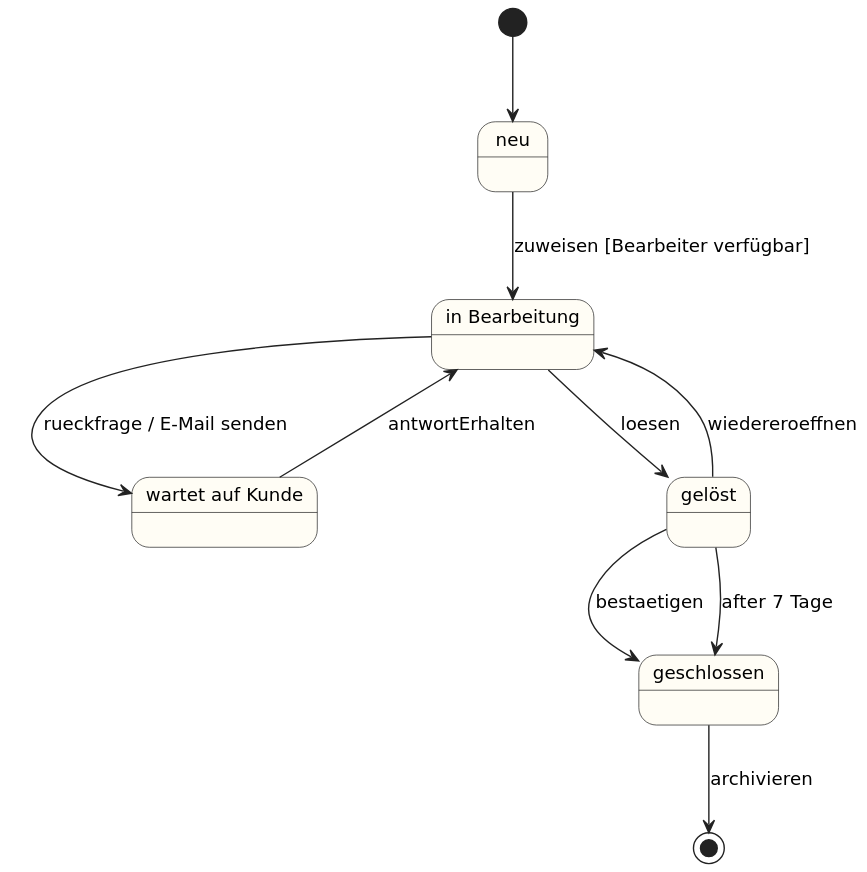
Earlier version of the PlantUML export docs/material/v4-ticket.svg (dclausen01/lernpfad-lf11-uml). The source it was exported from:
```plantuml
@startuml
!include stil.iuml
skinparam nodesep 60
[*] --> neu
state "neu" as neu
state "in Bearbeitung" as ib
state "wartet auf Kunde" as wk
state "gelöst" as gel
state "geschlossen" as ges
neu --> ib : zuweisen [Bearbeiter verfügbar]
ib --> wk : rueckfrage / E-Mail senden
wk --> ib : antwortErhalten
ib --> gel : loesen
gel --> ib : wiedereroeffnen
gel --> ges : bestaetigen
gel --> ges : after 7 Tage
ges --> [*] : archivieren
@enduml
```
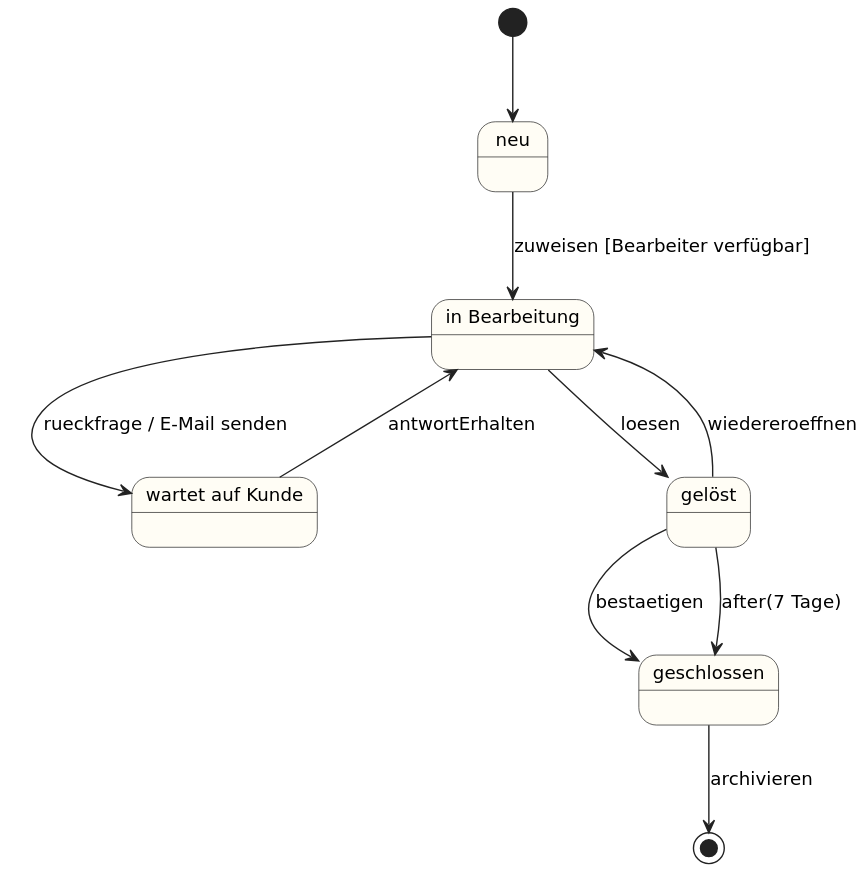
Above is the later version.

Change to the diagram source:
```diff
@@ -13,6 +13,6 @@
 ib --> gel : loesen
 gel --> ib : wiedereroeffnen
 gel --> ges : bestaetigen
-gel --> ges : after 7 Tage
+gel --> ges : after(7 Tage)
 ges --> [*] : archivieren
 @enduml
```
